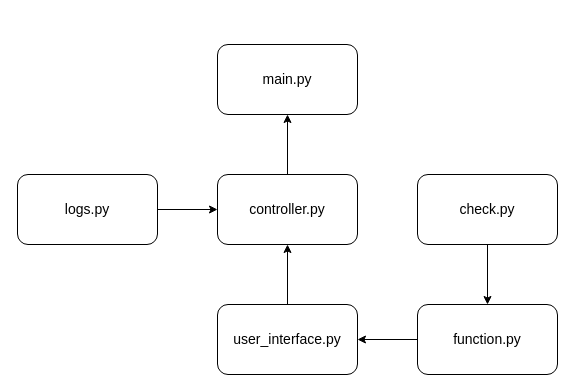
Earlier version of the draw.io diagram Block_diagram.drawio (rimtimti/Telephpone_directory_8). Source tidied: cells renumbered, new cells numbered last; positions are measured from the earlier drawing's top-left corner, leaving out a move shared by most shapes. Both pictures are drawn from the tidied source at 100%, with x=0, y=0 at pixel (17, 44).
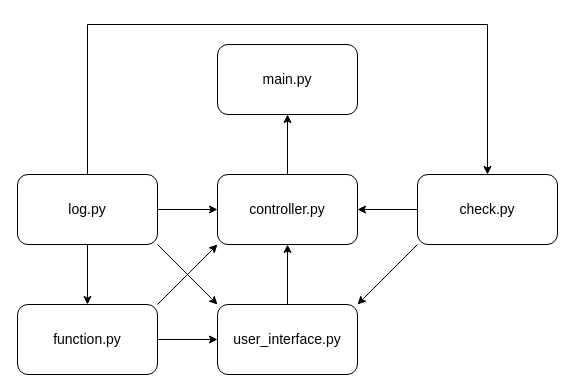
Above is the later version.

Commit message (it also covers changes not shown here):
Обновление блок-схемы

The change refers to these unchanged cells:
```xml
<mxCell id="3" value="&lt;font style=&quot;font-size: 14px&quot;&gt;controller.py&lt;/font&gt;" style="rounded=1;whiteSpace=wrap;html=1;" parent="1" vertex="1">
  <mxGeometry x="200" y="130" width="140" height="70" as="geometry" />
</mxCell>
<mxCell id="5" value="&lt;font style=&quot;font-size: 14px&quot;&gt;check.py&lt;/font&gt;" style="rounded=1;whiteSpace=wrap;html=1;" parent="1" vertex="1">
  <mxGeometry x="400" y="130" width="140" height="70" as="geometry" />
</mxCell>
<mxCell id="6" value="&lt;font style=&quot;font-size: 14px&quot;&gt;user_interface.py&lt;/font&gt;" style="rounded=1;whiteSpace=wrap;html=1;" parent="1" vertex="1">
  <mxGeometry x="200" y="260" width="140" height="70" as="geometry" />
</mxCell>
```

Diff of the diagram source:
```diff
@@
     <mxCell id="4" value="&lt;font style=&quot;font-size: 14px&quot;&gt;function.py&lt;/font&gt;" style="rounded=1;whiteSpace=wrap;html=1;" parent="1" vertex="1">
-      <mxGeometry x="400" y="260" width="140" height="70" as="geometry" />
+      <mxGeometry y="260" width="140" height="70" as="geometry" />
     </mxCell>
@@
-    <mxCell id="7" value="&lt;font style=&quot;font-size: 14px&quot;&gt;logs.py&lt;/font&gt;" style="rounded=1;whiteSpace=wrap;html=1;" parent="1" vertex="1">
+    <mxCell id="7" value="&lt;font style=&quot;font-size: 14px&quot;&gt;log.py&lt;/font&gt;" style="rounded=1;whiteSpace=wrap;html=1;" parent="1" vertex="1">
       <mxGeometry y="130" width="140" height="70" as="geometry" />
     </mxCell>
@@
-    <mxCell id="11" style="endArrow=classic;html=1;fontSize=14;entryX=1;entryY=0.5;entryDx=0;entryDy=0;exitX=0;exitY=0.5;exitDx=0;exitDy=0;" parent="1" edge="1" source="4" target="6">
+    <mxCell id="11" style="endArrow=classic;html=1;fontSize=14;entryX=0;entryY=0.5;entryDx=0;entryDy=0;exitX=1;exitY=0.5;exitDx=0;exitDy=0;" parent="1" edge="1" source="4" target="6">
       <mxGeometry relative="1" as="geometry" />
     </mxCell>
-    <mxCell id="12" style="endArrow=classic;html=1;fontSize=14;entryX=0.5;entryY=0;entryDx=0;entryDy=0;exitX=0.5;exitY=1;exitDx=0;exitDy=0;" parent="1" edge="1" source="5" target="4">
+    <mxCell id="12" style="endArrow=classic;html=1;fontSize=14;exitX=0.5;exitY=1;exitDx=0;exitDy=0;entryX=0.5;entryY=0;entryDx=0;entryDy=0;" parent="1" edge="1" source="7" target="4">
       <mxGeometry relative="1" as="geometry" />
     </mxCell>
+    <mxCell id="13" style="endArrow=classic;html=1;fontSize=14;exitX=1;exitY=1;exitDx=0;exitDy=0;entryX=0;entryY=0;entryDx=0;entryDy=0;" parent="1" edge="1" source="7" target="6">
+      <mxGeometry relative="1" as="geometry" />
+    </mxCell>
+    <mxCell id="14" style="endArrow=classic;html=1;fontSize=14;exitX=0;exitY=1;exitDx=0;exitDy=0;entryX=1;entryY=0;entryDx=0;entryDy=0;" parent="1" edge="1" source="5" target="6">
+      <mxGeometry relative="1" as="geometry" />
+    </mxCell>
+    <mxCell id="15" style="endArrow=classic;html=1;fontSize=14;exitX=1;exitY=0;exitDx=0;exitDy=0;entryX=0;entryY=1;entryDx=0;entryDy=0;" parent="1" edge="1" source="4" target="3">
+      <mxGeometry relative="1" as="geometry" />
+    </mxCell>
+    <mxCell id="16" style="endArrow=classic;html=1;fontSize=14;exitX=0;exitY=0.5;exitDx=0;exitDy=0;entryX=1;entryY=0.5;entryDx=0;entryDy=0;" parent="1" edge="1" source="5" target="3">
+      <mxGeometry relative="1" as="geometry" />
+    </mxCell>
+    <mxCell id="17" style="endArrow=none;html=1;exitX=0.5;exitY=0;exitDx=0;exitDy=0;" parent="1" edge="1" source="7">
+      <mxGeometry relative="1" as="geometry">
+        <mxPoint x="70" y="-20" as="targetPoint" />
+      </mxGeometry>
+    </mxCell>
+    <mxCell id="18" style="endArrow=none;html=1;" parent="1" edge="1">
+      <mxGeometry relative="1" as="geometry">
+        <mxPoint x="470" y="-20" as="sourcePoint" />
+        <mxPoint x="70" y="-20" as="targetPoint" />
+      </mxGeometry>
+    </mxCell>
+    <mxCell id="19" style="endArrow=classic;html=1;entryX=0.5;entryY=0;entryDx=0;entryDy=0;" parent="1" edge="1" target="5">
+      <mxGeometry relative="1" as="geometry">
+        <mxPoint x="470" y="-20" as="sourcePoint" />
+      </mxGeometry>
+    </mxCell>
```
